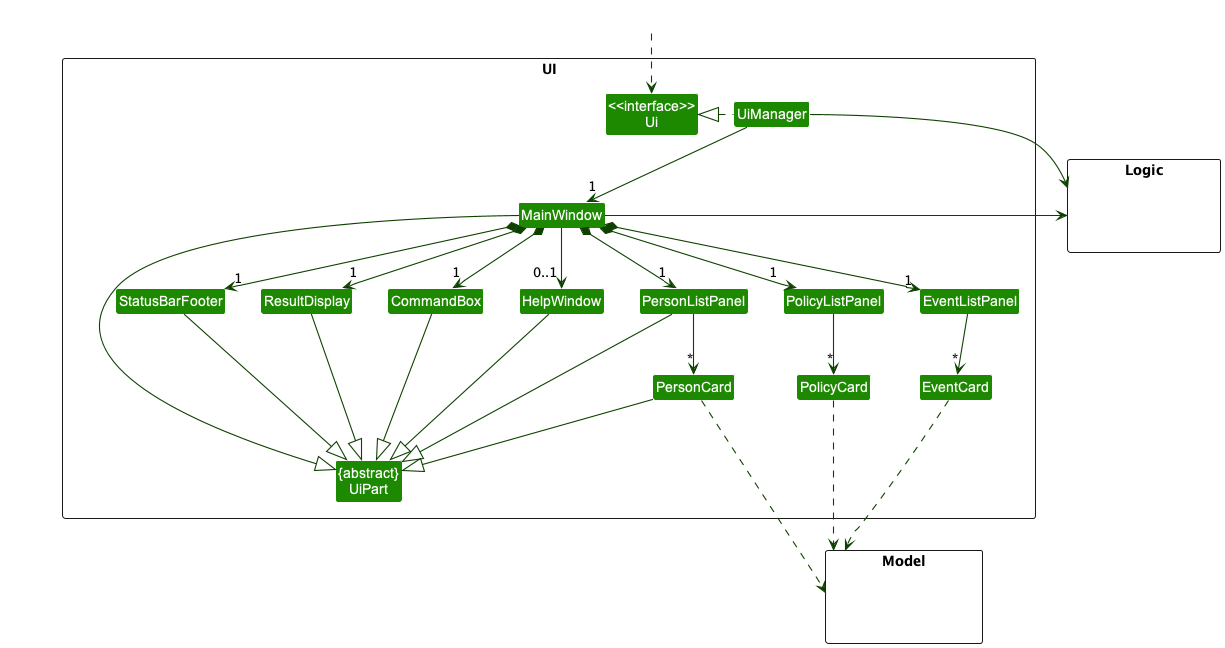
Earlier version of the PlantUML export docs/images/UiClassDiagram.png (nus-cs2103-AY2223S1/tp).
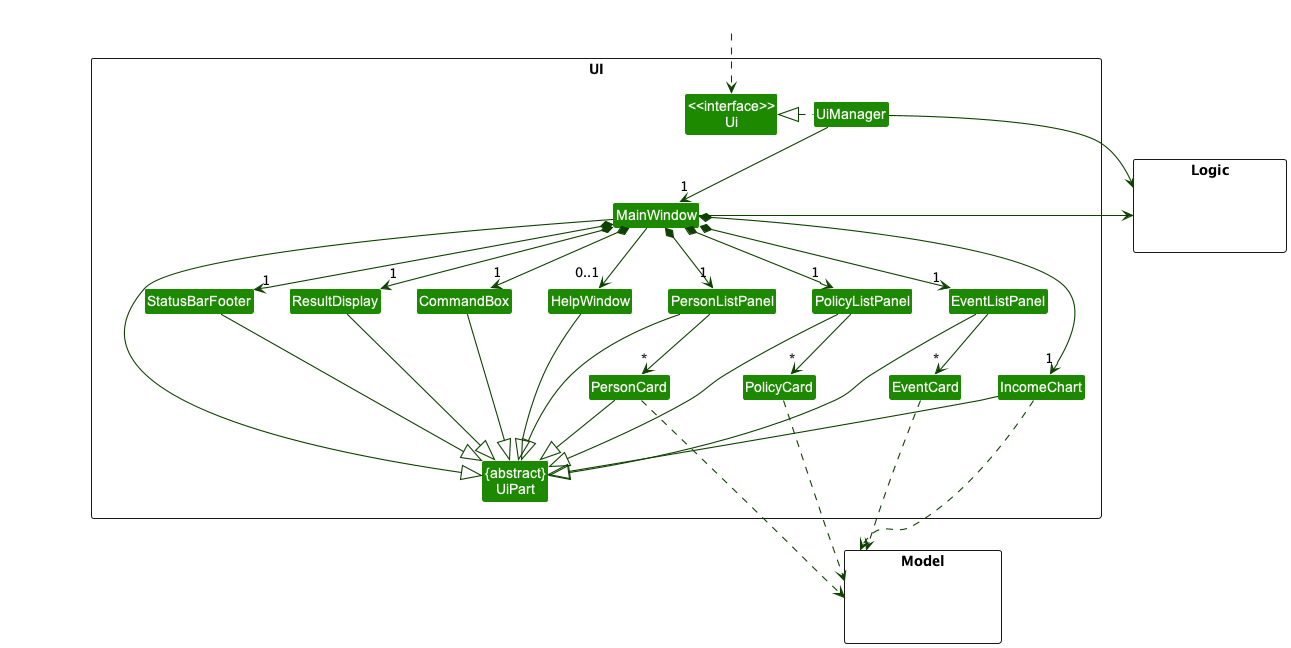
Later version of the same file.

Change to the diagram source:
```diff
@@ -19,6 +19,7 @@
 Class PolicyCard
 Class EventListPanel
 Class EventCard
+Class IncomeChart
 }
 
 package Model <<Rectangle>> {
@@ -40,6 +41,7 @@
 MainWindow *-down-> "1" StatusBarFooter
 MainWindow *-down-> "1" PolicyListPanel
 MainWindow *-down-> "1" EventListPanel
+MainWindow *-down-> "1" IncomeChart
 MainWindow --> "0..1" HelpWindow
 
 PersonListPanel -down-> "*" PersonCard
@@ -56,12 +58,15 @@
 PersonCard --|> UiPart
 StatusBarFooter --|> UiPart
 HelpWindow --|> UiPart
+PolicyListPanel --|> UiPart
+EventListPanel --|> UiPart
+IncomeChart --|> UiPart
 
 EventCard ..> Model
 PolicyCard ..> Model
+IncomeChart ..> Model
+PersonCard ...> Model
 
-
-PersonCard ...> Model
 UiManager -right-> Logic
 MainWindow -left-> Logic
 
```
